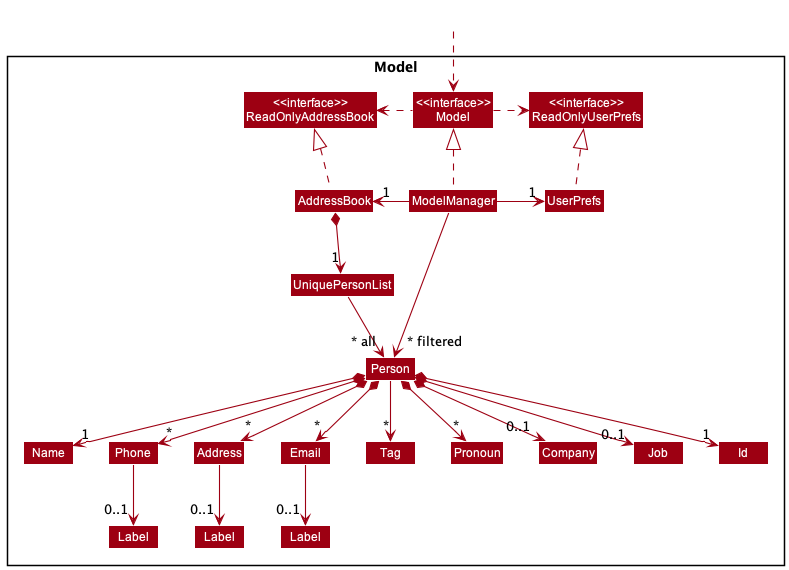
Before: docs/images/ModelClassDiagram.png, a diagram exported from PlantUML (tonishka/tp).
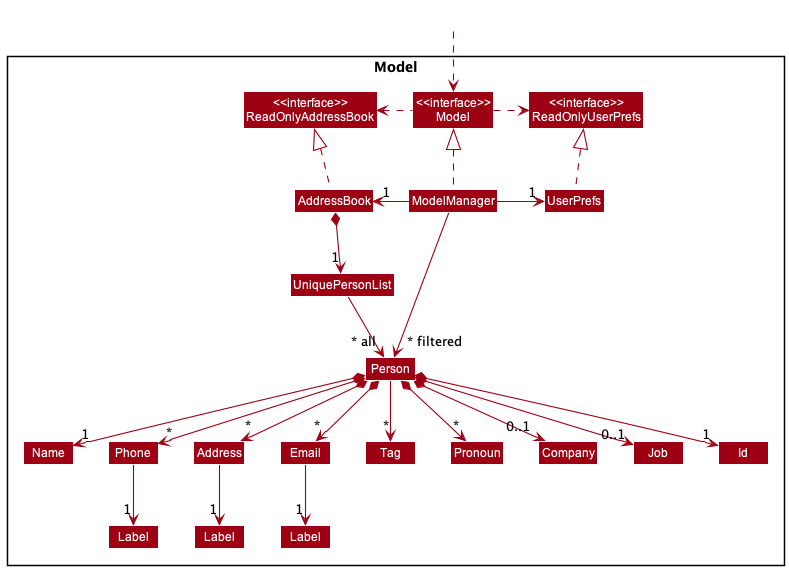
The same diagram one commit later.

Commit message:
Update Label multiplicity

Change to the diagram source:
```diff
@@ -53,9 +53,9 @@
 Person --> "*" Tag
 Person *--> "1" Id
 
-Phone --> "0..1" Label1
-Address --> "0..1" Label2
-Email --> "0..1" Label3
+Phone --> "1" Label1
+Address --> "1" Label2
+Email --> "1" Label3
 
 Name -[hidden]right-> Phone
 Phone -[hidden]right-> Address
```
